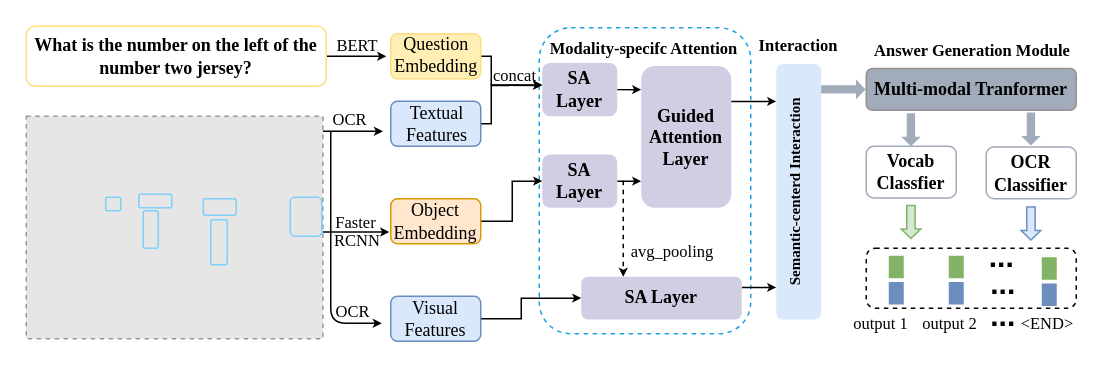
Above: 模型框图第二版.drawio in B-matchlsr/awesome-python-cn (draw.io), before the change. Source tidied: cells renumbered, new cells numbered last; positions are measured from the earlier drawing's top-left corner, leaving out a move shared by most shapes. Both pictures are drawn from the tidied source at 150%, with x=0, y=0 at pixel (26, 26). Pictures stored in the file or linked from it are replaced by grey dashed boxes.
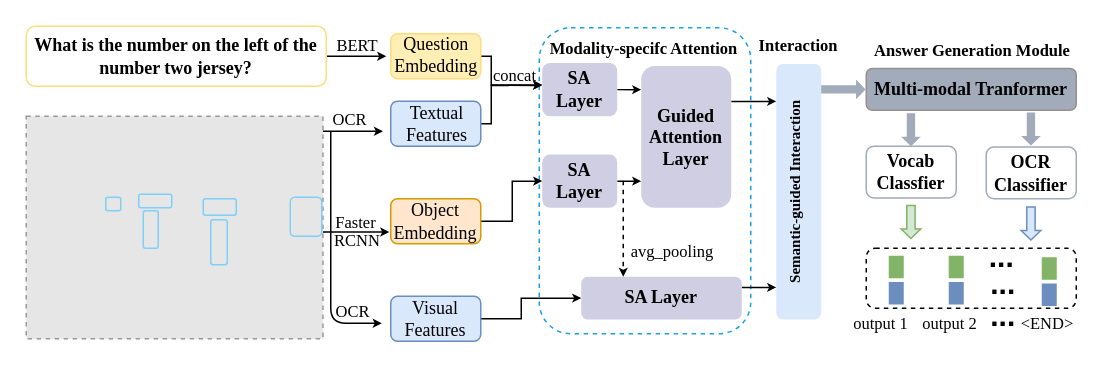
The same page after the edit.

Commit message:
更新模型框图第二版.drawio

Change to the diagram source:
```diff
@@
-    <mxCell id="51" value="&lt;font size=&quot;1&quot; style=&quot;&quot; face=&quot;Times New Roman&quot;&gt;&lt;b&gt;Semantic-centerd Interaction&lt;/b&gt;&lt;/font&gt;" style="text;html=1;strokeColor=none;fillColor=none;align=center;verticalAlign=middle;whiteSpace=wrap;rounded=1;rotation=270;" parent="1" vertex="1">
+    <mxCell id="51" value="&lt;font size=&quot;1&quot; style=&quot;&quot; face=&quot;Times New Roman&quot;&gt;&lt;b&gt;Semantic-guided Interaction&lt;/b&gt;&lt;/font&gt;" style="text;html=1;strokeColor=none;fillColor=none;align=center;verticalAlign=middle;whiteSpace=wrap;rounded=1;rotation=270;" parent="1" vertex="1">
       <mxGeometry x="425.4" y="98" width="173.8" height="24.6" as="geometry" />
     </mxCell>
```
